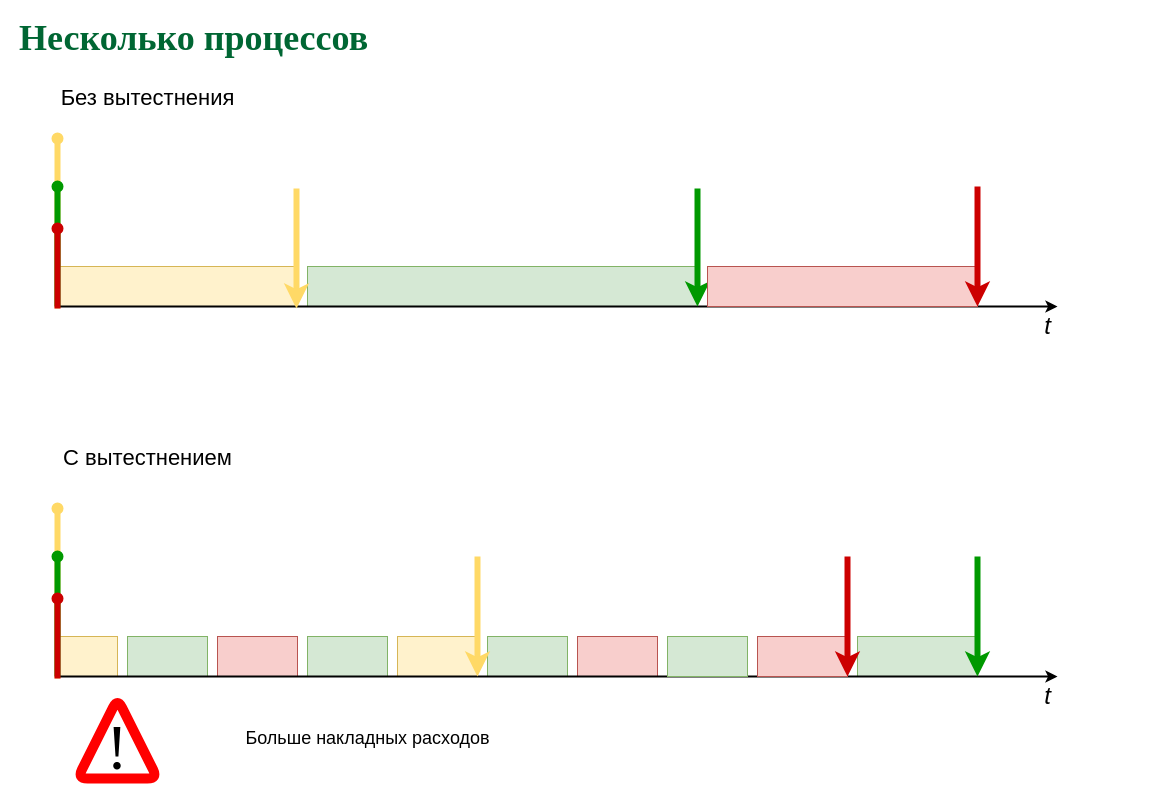
Above: page "Sched - preemp" (2 of 7) of slides/sched.drawio in 77maxikov/os_course (draw.io), before the change. Source tidied: cells renumbered, new cells numbered last; positions are measured from the earlier drawing's top-left corner, leaving out a move shared by most shapes. Both pictures are drawn from the tidied source at 100%, with x=0, y=0 at pixel (17, 28).
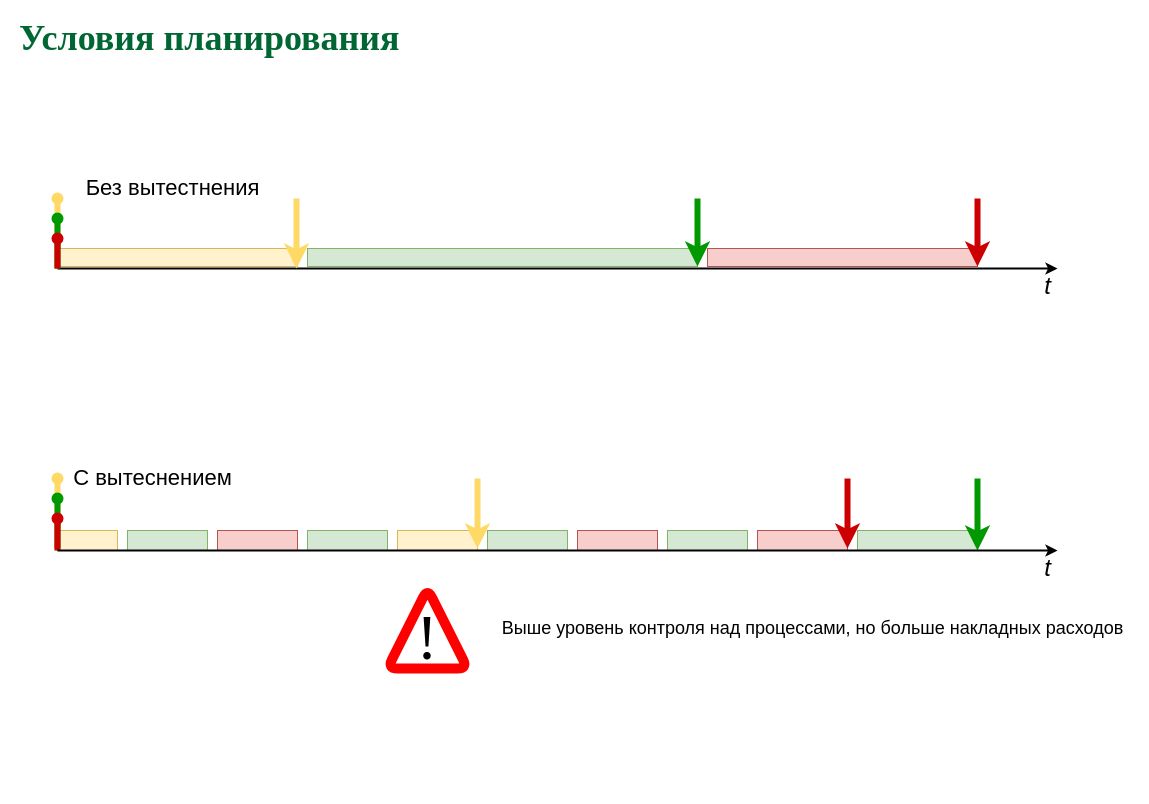
The same diagram, later.

Change to the diagram source:
```diff
@@
     <mxCell id="2" style="rounded=0;whiteSpace=wrap;html=1;fillColor=#f8cecc;strokeColor=#b85450;" parent="1" vertex="1">
-      <mxGeometry x="560" y="608" width="80" height="40" as="geometry" />
+      <mxGeometry x="560" y="502" width="80" height="20" as="geometry" />
     </mxCell>
     <mxCell id="3" style="rounded=0;whiteSpace=wrap;html=1;fillColor=#d5e8d4;strokeColor=#82b366;" parent="1" vertex="1">
-      <mxGeometry x="470" y="608" width="80" height="40" as="geometry" />
+      <mxGeometry x="470" y="502" width="80" height="20" as="geometry" />
     </mxCell>
     <mxCell id="4" style="rounded=0;whiteSpace=wrap;html=1;fillColor=#fff2cc;strokeColor=#d6b656;" parent="1" vertex="1">
-      <mxGeometry x="380" y="608" width="80" height="40" as="geometry" />
+      <mxGeometry x="380" y="502" width="80" height="20" as="geometry" />
     </mxCell>
     <mxCell id="5" style="rounded=0;whiteSpace=wrap;html=1;fillColor=#d5e8d4;strokeColor=#82b366;" parent="1" vertex="1">
-      <mxGeometry x="290" y="608" width="80" height="40" as="geometry" />
+      <mxGeometry x="290" y="502" width="80" height="20" as="geometry" />
     </mxCell>
     <mxCell id="6" style="rounded=0;whiteSpace=wrap;html=1;fillColor=#f8cecc;strokeColor=#b85450;" parent="1" vertex="1">
-      <mxGeometry x="200" y="608" width="80" height="40" as="geometry" />
+      <mxGeometry x="200" y="502" width="80" height="20" as="geometry" />
     </mxCell>
     <mxCell id="7" style="endArrow=oval;html=1;strokeWidth=6;endFill=1;strokeColor=#FFD966;" parent="1" edge="1">
       <mxGeometry relative="1" as="geometry">
-        <mxPoint x="40" y="650" as="sourcePoint" />
-        <mxPoint x="40" y="480" as="targetPoint" />
+        <mxPoint x="40" y="522" as="sourcePoint" />
+        <mxPoint x="40" y="450" as="targetPoint" />
       </mxGeometry>
     </mxCell>
     <mxCell id="8" style="rounded=0;whiteSpace=wrap;html=1;fillColor=#fff2cc;strokeColor=#d6b656;" parent="1" vertex="1">
-      <mxGeometry x="40" y="608" width="60" height="40" as="geometry" />
+      <mxGeometry x="40" y="502" width="60" height="20" as="geometry" />
     </mxCell>
-    <mxCell id="9" value="&lt;font color=&quot;#006633&quot; face=&quot;Garamond&quot;&gt;&lt;span style=&quot;font-size: 36px&quot;&gt;&lt;b&gt;Несколько процессов&lt;/b&gt;&lt;/span&gt;&lt;/font&gt;" style="text;html=1;align=left;verticalAlign=middle;whiteSpace=wrap;rounded=0;" parent="1" vertex="1">
+    <mxCell id="9" value="&lt;font color=&quot;#006633&quot; face=&quot;Garamond&quot;&gt;&lt;span style=&quot;font-size: 36px&quot;&gt;&lt;b&gt;Условия планирования&lt;/b&gt;&lt;/span&gt;&lt;/font&gt;" style="text;html=1;align=left;verticalAlign=middle;whiteSpace=wrap;rounded=0;" parent="1" vertex="1">
       <mxGeometry width="920" height="20" as="geometry" />
     </mxCell>
     <mxCell id="10" style="rounded=0;whiteSpace=wrap;html=1;fillColor=#d5e8d4;strokeColor=#82b366;" parent="1" vertex="1">
-      <mxGeometry x="840" y="608" width="120" height="40" as="geometry" />
+      <mxGeometry x="840" y="502" width="120" height="20" as="geometry" />
     </mxCell>
     <mxCell id="11" style="rounded=0;whiteSpace=wrap;html=1;fillColor=#d5e8d4;strokeColor=#82b366;" parent="1" vertex="1">
-      <mxGeometry x="110" y="608" width="80" height="40" as="geometry" />
+      <mxGeometry x="110" y="502" width="80" height="20" as="geometry" />
     </mxCell>
-    <mxCell id="12" style="endArrow=classic;html=1;strokeWidth=2;" parent="1" edge="1">
-      <mxGeometry relative="1" as="geometry">
-        <mxPoint x="40" y="648" as="sourcePoint" />
-        <mxPoint x="1040" y="648" as="targetPoint" />
-      </mxGeometry>
-    </mxCell>
     <mxCell id="13" style="endArrow=oval;html=1;strokeWidth=6;strokeColor=#009900;endFill=1;" parent="1" edge="1">
       <mxGeometry relative="1" as="geometry">
-        <mxPoint x="40" y="648" as="sourcePoint" />
-        <mxPoint x="40" y="528" as="targetPoint" />
+        <mxPoint x="40" y="520" as="sourcePoint" />
+        <mxPoint x="40" y="470" as="targetPoint" />
       </mxGeometry>
     </mxCell>
     <mxCell id="14" style="endArrow=classic;html=1;strokeWidth=6;entryX=1;entryY=1;entryDx=0;entryDy=0;strokeColor=#009900;" parent="1" edge="1" target="10">
       <mxGeometry relative="1" as="geometry">
-        <mxPoint x="960" y="528" as="sourcePoint" />
+        <mxPoint x="960" y="450" as="sourcePoint" />
       </mxGeometry>
     </mxCell>
     <mxCell id="15" value="&lt;i&gt;&lt;font style=&quot;font-size: 24px&quot;&gt;t&lt;/font&gt;&lt;/i&gt;" style="text;html=1;align=center;verticalAlign=middle;" parent="1" vertex="1">
-      <mxGeometry x="1020" y="658" width="20" height="20" as="geometry" />
+      <mxGeometry x="1020" y="530" width="20" height="20" as="geometry" />
     </mxCell>
     <mxCell id="16" style="endArrow=oval;html=1;strokeWidth=6;endFill=1;strokeColor=#CC0000;" parent="1" edge="1">
       <mxGeometry relative="1" as="geometry">
-        <mxPoint x="40" y="650" as="sourcePoint" />
-        <mxPoint x="40" y="570" as="targetPoint" />
+        <mxPoint x="40" y="522" as="sourcePoint" />
+        <mxPoint x="40" y="490" as="targetPoint" />
       </mxGeometry>
     </mxCell>
     <mxCell id="17" style="endArrow=classic;html=1;strokeWidth=6;entryX=1;entryY=1;entryDx=0;entryDy=0;strokeColor=#FFD966;" parent="1" edge="1">
       <mxGeometry relative="1" as="geometry">
-        <mxPoint x="460" y="528" as="sourcePoint" />
-        <mxPoint x="460" y="648" as="targetPoint" />
+        <mxPoint x="460" y="450" as="sourcePoint" />
+        <mxPoint x="460" y="520" as="targetPoint" />
       </mxGeometry>
     </mxCell>
     <mxCell id="18" style="rounded=0;whiteSpace=wrap;html=1;fillColor=#d5e8d4;strokeColor=#82b366;" parent="1" vertex="1">
-      <mxGeometry x="650" y="608" width="80" height="40" as="geometry" />
+      <mxGeometry x="650" y="502" width="80" height="20" as="geometry" />
     </mxCell>
     <mxCell id="19" style="rounded=0;whiteSpace=wrap;html=1;fillColor=#f8cecc;strokeColor=#b85450;" parent="1" vertex="1">
-      <mxGeometry x="740" y="608" width="90" height="40" as="geometry" />
+      <mxGeometry x="740" y="502" width="90" height="20" as="geometry" />
     </mxCell>
     <mxCell id="20" style="endArrow=classic;html=1;strokeWidth=6;entryX=1;entryY=1;entryDx=0;entryDy=0;strokeColor=#CC0000;" parent="1" edge="1">
       <mxGeometry relative="1" as="geometry">
-        <mxPoint x="830" y="528" as="sourcePoint" />
-        <mxPoint x="830" y="648" as="targetPoint" />
+        <mxPoint x="830" y="450" as="sourcePoint" />
+        <mxPoint x="830" y="520" as="targetPoint" />
       </mxGeometry>
     </mxCell>
     <mxCell id="21" style="endArrow=oval;html=1;strokeWidth=6;endFill=1;strokeColor=#FFD966;" parent="1" edge="1">
       <mxGeometry relative="1" as="geometry">
-        <mxPoint x="40" y="280" as="sourcePoint" />
-        <mxPoint x="40" y="110" as="targetPoint" />
+        <mxPoint x="40" y="240" as="sourcePoint" />
+        <mxPoint x="40" y="170" as="targetPoint" />
       </mxGeometry>
     </mxCell>
     <mxCell id="22" style="rounded=0;whiteSpace=wrap;html=1;fillColor=#fff2cc;strokeColor=#d6b656;" parent="1" vertex="1">
-      <mxGeometry x="40" y="238" width="240" height="40" as="geometry" />
+      <mxGeometry x="40" y="220" width="240" height="18" as="geometry" />
     </mxCell>
     <mxCell id="23" style="rounded=0;whiteSpace=wrap;html=1;fillColor=#d5e8d4;strokeColor=#82b366;" parent="1" vertex="1">
-      <mxGeometry x="290" y="238" width="390" height="40" as="geometry" />
+      <mxGeometry x="290" y="220" width="390" height="18" as="geometry" />
     </mxCell>
     <mxCell id="24" style="endArrow=classic;html=1;strokeWidth=2;" parent="1" edge="1">
       <mxGeometry relative="1" as="geometry">
-        <mxPoint x="40" y="278" as="sourcePoint" />
-        <mxPoint x="1040" y="278" as="targetPoint" />
+        <mxPoint x="40" y="240" as="sourcePoint" />
+        <mxPoint x="1040" y="240" as="targetPoint" />
       </mxGeometry>
     </mxCell>
     <mxCell id="25" style="endArrow=oval;html=1;strokeWidth=6;strokeColor=#009900;endFill=1;" parent="1" edge="1">
       <mxGeometry relative="1" as="geometry">
-        <mxPoint x="40" y="278" as="sourcePoint" />
-        <mxPoint x="40" y="158" as="targetPoint" />
+        <mxPoint x="40" y="240" as="sourcePoint" />
+        <mxPoint x="40" y="190" as="targetPoint" />
       </mxGeometry>
     </mxCell>
     <mxCell id="26" style="endArrow=classic;html=1;strokeWidth=6;strokeColor=#009900;" parent="1" edge="1">
       <mxGeometry relative="1" as="geometry">
-        <mxPoint x="680" y="160" as="sourcePoint" />
-        <mxPoint x="680" y="278" as="targetPoint" />
+        <mxPoint x="680" y="170" as="sourcePoint" />
+        <mxPoint x="680" y="238" as="targetPoint" />
       </mxGeometry>
     </mxCell>
     <mxCell id="27" value="&lt;i&gt;&lt;font style=&quot;font-size: 24px&quot;&gt;t&lt;/font&gt;&lt;/i&gt;" style="text;html=1;align=center;verticalAlign=middle;" parent="1" vertex="1">
-      <mxGeometry x="1020" y="288" width="20" height="20" as="geometry" />
+      <mxGeometry x="1020" y="248" width="20" height="20" as="geometry" />
     </mxCell>
     <mxCell id="28" style="endArrow=oval;html=1;strokeWidth=6;endFill=1;strokeColor=#CC0000;" parent="1" edge="1">
       <mxGeometry relative="1" as="geometry">
-        <mxPoint x="40" y="280" as="sourcePoint" />
-        <mxPoint x="40" y="200" as="targetPoint" />
+        <mxPoint x="40" y="240" as="sourcePoint" />
+        <mxPoint x="40" y="210" as="targetPoint" />
       </mxGeometry>
     </mxCell>
     <mxCell id="29" style="rounded=0;whiteSpace=wrap;html=1;fillColor=#f8cecc;strokeColor=#b85450;" parent="1" vertex="1">
-      <mxGeometry x="690" y="238" width="270" height="40" as="geometry" />
+      <mxGeometry x="690" y="220" width="270" height="18" as="geometry" />
     </mxCell>
     <mxCell id="30" style="endArrow=classic;html=1;strokeWidth=6;strokeColor=#CC0000;" parent="1" edge="1">
       <mxGeometry relative="1" as="geometry">
-        <mxPoint x="960" y="158" as="sourcePoint" />
-        <mxPoint x="960" y="278" as="targetPoint" />
+        <mxPoint x="960" y="170" as="sourcePoint" />
+        <mxPoint x="960" y="238" as="targetPoint" />
       </mxGeometry>
     </mxCell>
-    <mxCell id="31" value="&lt;font style=&quot;font-size: 22px&quot;&gt;С вытестнением&lt;/font&gt;" style="text;html=1;align=center;verticalAlign=middle;" parent="1" vertex="1">
-      <mxGeometry x="40" y="420" width="180" height="20" as="geometry" />
+    <mxCell id="31" value="&lt;font style=&quot;font-size: 22px&quot;&gt;С вытеснением&lt;/font&gt;" style="text;html=1;align=center;verticalAlign=middle;" parent="1" vertex="1">
+      <mxGeometry x="50" y="440" width="170" height="20" as="geometry" />
     </mxCell>
     <mxCell id="32" style="endArrow=classic;html=1;strokeWidth=6;entryX=1;entryY=1;entryDx=0;entryDy=0;strokeColor=#FFD966;" parent="1" edge="1">
       <mxGeometry relative="1" as="geometry">
-        <mxPoint x="279" y="160" as="sourcePoint" />
-        <mxPoint x="279" y="280" as="targetPoint" />
+        <mxPoint x="279" y="170" as="sourcePoint" />
+        <mxPoint x="279" y="240" as="targetPoint" />
       </mxGeometry>
     </mxCell>
     <mxCell id="33" value="&lt;font style=&quot;font-size: 22px&quot;&gt;Без вытестнения&lt;/font&gt;" style="text;html=1;align=center;verticalAlign=middle;" parent="1" vertex="1">
-      <mxGeometry x="35" y="60" width="190" height="20" as="geometry" />
+      <mxGeometry x="60" y="150" width="190" height="20" as="geometry" />
     </mxCell>
-    <mxCell id="34" value="&lt;span style=&quot;font-size: 18px&quot;&gt;Больше накладных расходов&lt;/span&gt;" style="text;html=1;align=center;verticalAlign=middle;" parent="1" vertex="1">
-      <mxGeometry x="220" y="700" width="260" height="20" as="geometry" />
+    <mxCell id="34" value="&lt;span style=&quot;font-size: 18px&quot;&gt;Выше уровень контроля над процессами, но больше накладных расходов&lt;/span&gt;" style="text;html=1;align=center;verticalAlign=middle;" parent="1" vertex="1">
+      <mxGeometry x="475" y="590" width="640" height="20" as="geometry" />
     </mxCell>
     <mxCell id="35" style="group;" parent="1" vertex="1">
-      <mxGeometry x="60" y="670" width="80" height="80" as="geometry" />
+      <mxGeometry x="370" y="560" width="80" height="80" as="geometry" />
     </mxCell>
@@
+    <mxCell id="12" style="endArrow=classic;html=1;strokeWidth=2;" parent="1" edge="1">
+      <mxGeometry relative="1" as="geometry">
+        <mxPoint x="40" y="522" as="sourcePoint" />
+        <mxPoint x="1040" y="522" as="targetPoint" />
+      </mxGeometry>
+    </mxCell>
```
